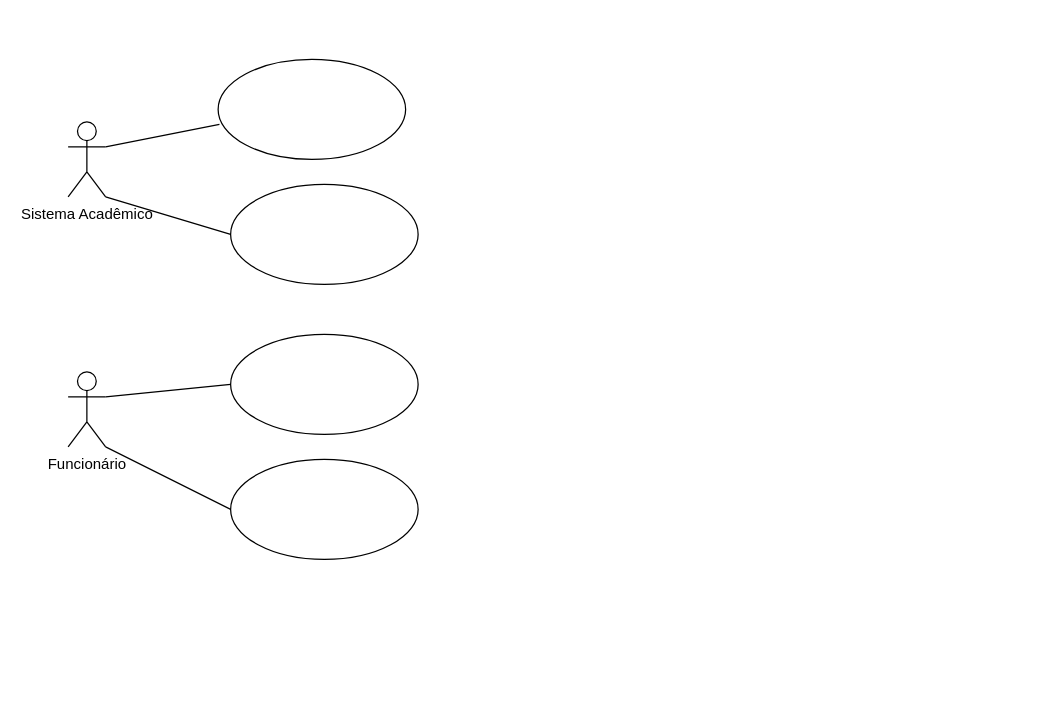
owlprog-glitch/spiritpro keeps this draw.io diagram as AnaliseSistemasII/Catraca.drawio. Above is the earlier version. Source tidied: cells renumbered, new cells numbered last; positions are measured from the earlier drawing's top-left corner, leaving out a move shared by most shapes. Both pictures are drawn from the tidied source at 125%, with x=0, y=0 at pixel (68, 59).
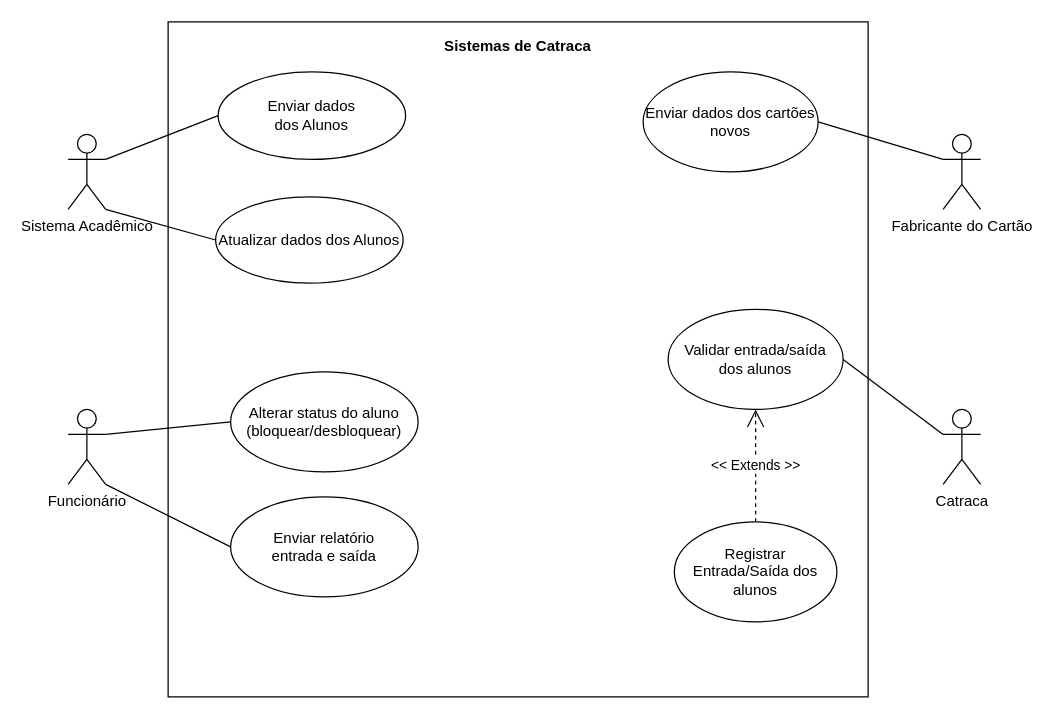
The same page after the edit.

Change to the diagram source:
```diff
@@
+    <mxCell id="12" style="rounded=0;whiteSpace=wrap;html=1;" parent="1" vertex="1">
+      <mxGeometry x="80" y="-30" width="560" height="540" as="geometry" />
+    </mxCell>
     <mxCell id="2" value="&lt;div&gt;Sistema Acadêmico&lt;/div&gt;" style="shape=umlActor;verticalLabelPosition=bottom;verticalAlign=top;html=1;outlineConnect=0;" parent="1" vertex="1">
-      <mxGeometry y="50" width="30" height="60" as="geometry" />
+      <mxGeometry y="60" width="30" height="60" as="geometry" />
     </mxCell>
     <mxCell id="3" value="Funcionário" style="shape=umlActor;verticalLabelPosition=bottom;verticalAlign=top;html=1;outlineConnect=0;" parent="1" vertex="1">
-      <mxGeometry y="250" width="30" height="60" as="geometry" />
+      <mxGeometry y="280" width="30" height="60" as="geometry" />
     </mxCell>
-    <mxCell id="4" style="ellipse;whiteSpace=wrap;html=1;" parent="1" vertex="1">
-      <mxGeometry x="120" width="150" height="80" as="geometry" />
+    <mxCell id="4" value="&lt;div&gt;Enviar dados&lt;/div&gt;&lt;div&gt;dos Alunos&lt;/div&gt;" style="ellipse;whiteSpace=wrap;html=1;" parent="1" vertex="1">
+      <mxGeometry x="120" y="10" width="150" height="70" as="geometry" />
     </mxCell>
-    <mxCell id="5" style="ellipse;whiteSpace=wrap;html=1;" parent="1" vertex="1">
-      <mxGeometry x="130" y="100" width="150" height="80" as="geometry" />
+    <mxCell id="5" value="Atualizar dados dos Alunos" style="ellipse;whiteSpace=wrap;html=1;" parent="1" vertex="1">
+      <mxGeometry x="118" y="110" width="150" height="69" as="geometry" />
     </mxCell>
-    <mxCell id="6" style="ellipse;whiteSpace=wrap;html=1;" parent="1" vertex="1">
-      <mxGeometry x="130" y="220" width="150" height="80" as="geometry" />
+    <mxCell id="6" value="&lt;div&gt;Alterar status do aluno&lt;/div&gt;&lt;div&gt;(bloquear/desbloquear)&lt;/div&gt;" style="ellipse;whiteSpace=wrap;html=1;" parent="1" vertex="1">
+      <mxGeometry x="130" y="250" width="150" height="80" as="geometry" />
     </mxCell>
-    <mxCell id="7" style="ellipse;whiteSpace=wrap;html=1;" parent="1" vertex="1">
-      <mxGeometry x="130" y="320" width="150" height="80" as="geometry" />
+    <mxCell id="7" value="&lt;div&gt;Enviar relatório&lt;/div&gt;&lt;div&gt;entrada e saída&lt;br&gt;&lt;/div&gt;" style="ellipse;whiteSpace=wrap;html=1;" parent="1" vertex="1">
+      <mxGeometry x="130" y="350" width="150" height="80" as="geometry" />
     </mxCell>
-    <mxCell id="8" style="endArrow=none;html=1;exitX=1;exitY=0.3333333333333333;exitDx=0;exitDy=0;exitPerimeter=0;entryX=0.007;entryY=0.65;entryDx=0;entryDy=0;entryPerimeter=0;" parent="1" edge="1" source="2" target="4">
+    <mxCell id="8" style="endArrow=none;html=1;exitX=1;exitY=0.3333333333333333;exitDx=0;exitDy=0;exitPerimeter=0;entryX=0;entryY=0.5;entryDx=0;entryDy=0;" parent="1" edge="1" source="2" target="4">
       <mxGeometry relative="1" as="geometry" />
     </mxCell>
@@
+    <mxCell id="13" value="Fabricante do Cartão" style="shape=umlActor;verticalLabelPosition=bottom;verticalAlign=top;html=1;outlineConnect=0;" parent="1" vertex="1">
+      <mxGeometry x="700" y="60" width="30" height="60" as="geometry" />
+    </mxCell>
+    <mxCell id="14" value="Catraca" style="shape=umlActor;verticalLabelPosition=bottom;verticalAlign=top;html=1;outlineConnect=0;" parent="1" vertex="1">
+      <mxGeometry x="700" y="280" width="30" height="60" as="geometry" />
+    </mxCell>
+    <mxCell id="15" value="&lt;div&gt;Enviar dados dos cartões novos&lt;/div&gt;" style="ellipse;whiteSpace=wrap;html=1;" parent="1" vertex="1">
+      <mxGeometry x="460" y="10" width="140" height="80" as="geometry" />
+    </mxCell>
+    <mxCell id="16" value="&lt;div&gt;Validar entrada/saída&lt;/div&gt;&lt;div&gt;dos alunos&lt;br&gt;&lt;/div&gt;" style="ellipse;whiteSpace=wrap;html=1;" parent="1" vertex="1">
+      <mxGeometry x="480" y="200" width="140" height="80" as="geometry" />
+    </mxCell>
+    <mxCell id="17" value="Registrar Entrada/Saída dos alunos" style="ellipse;whiteSpace=wrap;html=1;" parent="1" vertex="1">
+      <mxGeometry x="485" y="370" width="130" height="80" as="geometry" />
+    </mxCell>
+    <mxCell id="18" value="&amp;lt;&amp;lt; Extends &amp;gt;&amp;gt;" style="endArrow=open;endSize=12;dashed=1;html=1;entryX=0.5;entryY=1;entryDx=0;entryDy=0;exitX=0.5;exitY=0;exitDx=0;exitDy=0;" parent="1" edge="1" source="17" target="16">
+      <mxGeometry relative="1" as="geometry" />
+    </mxCell>
+    <mxCell id="19" style="endArrow=none;html=1;exitX=1;exitY=0.5;exitDx=0;exitDy=0;entryX=0;entryY=0.3333333333333333;entryDx=0;entryDy=0;entryPerimeter=0;" parent="1" edge="1" source="15" target="13">
+      <mxGeometry relative="1" as="geometry" />
+    </mxCell>
+    <mxCell id="20" style="endArrow=none;html=1;entryX=0;entryY=0.3333333333333333;entryDx=0;entryDy=0;entryPerimeter=0;exitX=1;exitY=0.5;exitDx=0;exitDy=0;" parent="1" edge="1" source="16" target="14">
+      <mxGeometry relative="1" as="geometry" />
+    </mxCell>
+    <mxCell id="21" value="&lt;div align=&quot;center&quot;&gt;&lt;b&gt;Sistemas de Catraca&lt;br&gt;&lt;/b&gt;&lt;/div&gt;" style="text;html=1;strokeColor=none;fillColor=none;align=center;verticalAlign=middle;whiteSpace=wrap;rounded=0;" parent="1" vertex="1">
+      <mxGeometry x="300" y="-20" width="120" height="20" as="geometry" />
+    </mxCell>
```
